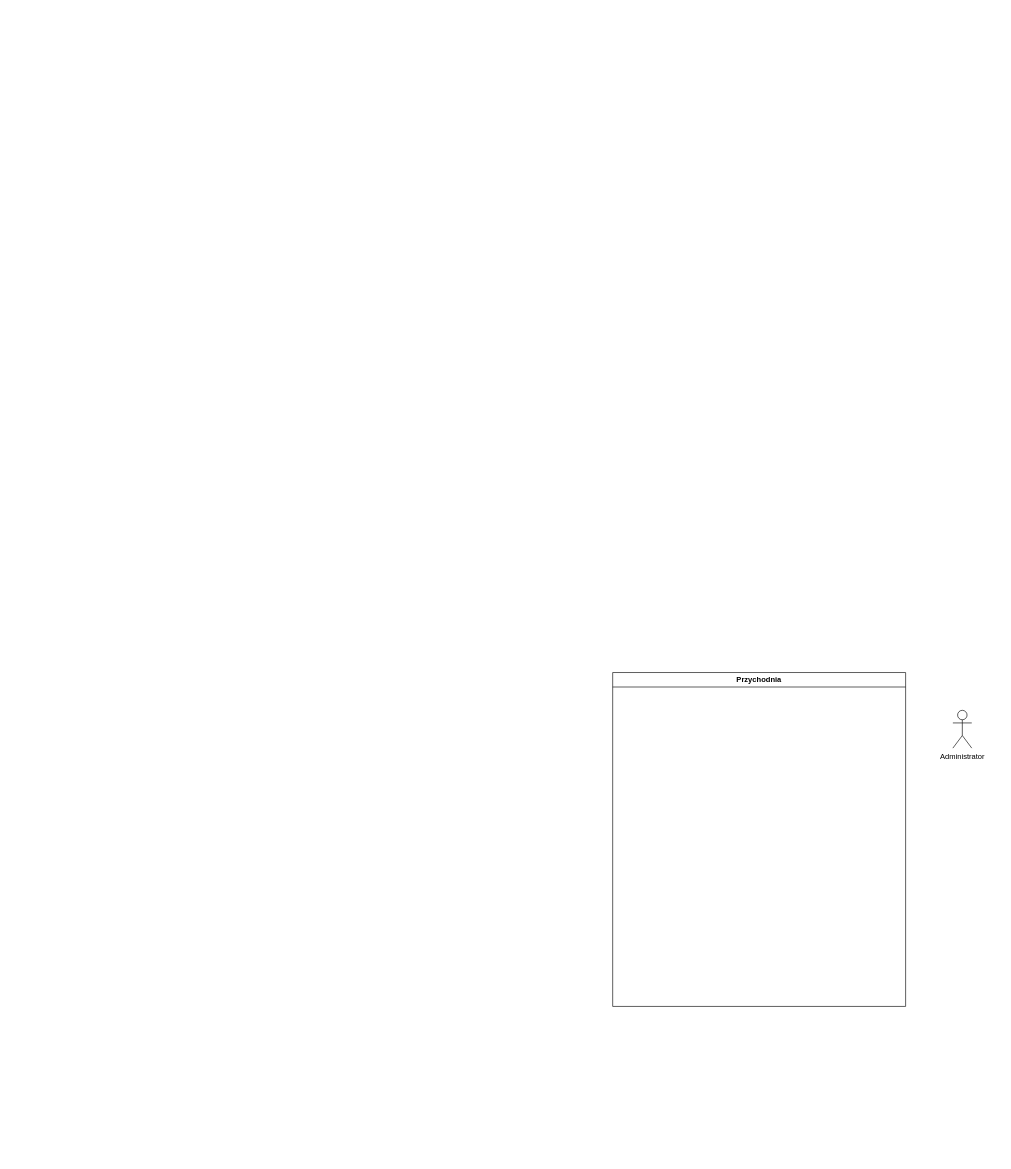
The draw.io diagram Przpdaki użycia.drawio in szynutix-sz/ProjektPrzychodnia, before the edit. Source tidied: cells renumbered, new cells numbered last; positions are measured from the earlier drawing's top-left corner, leaving out a move shared by most shapes. Both pictures are drawn from the tidied source at 63%, with x=0, y=0 at pixel (612, 672).
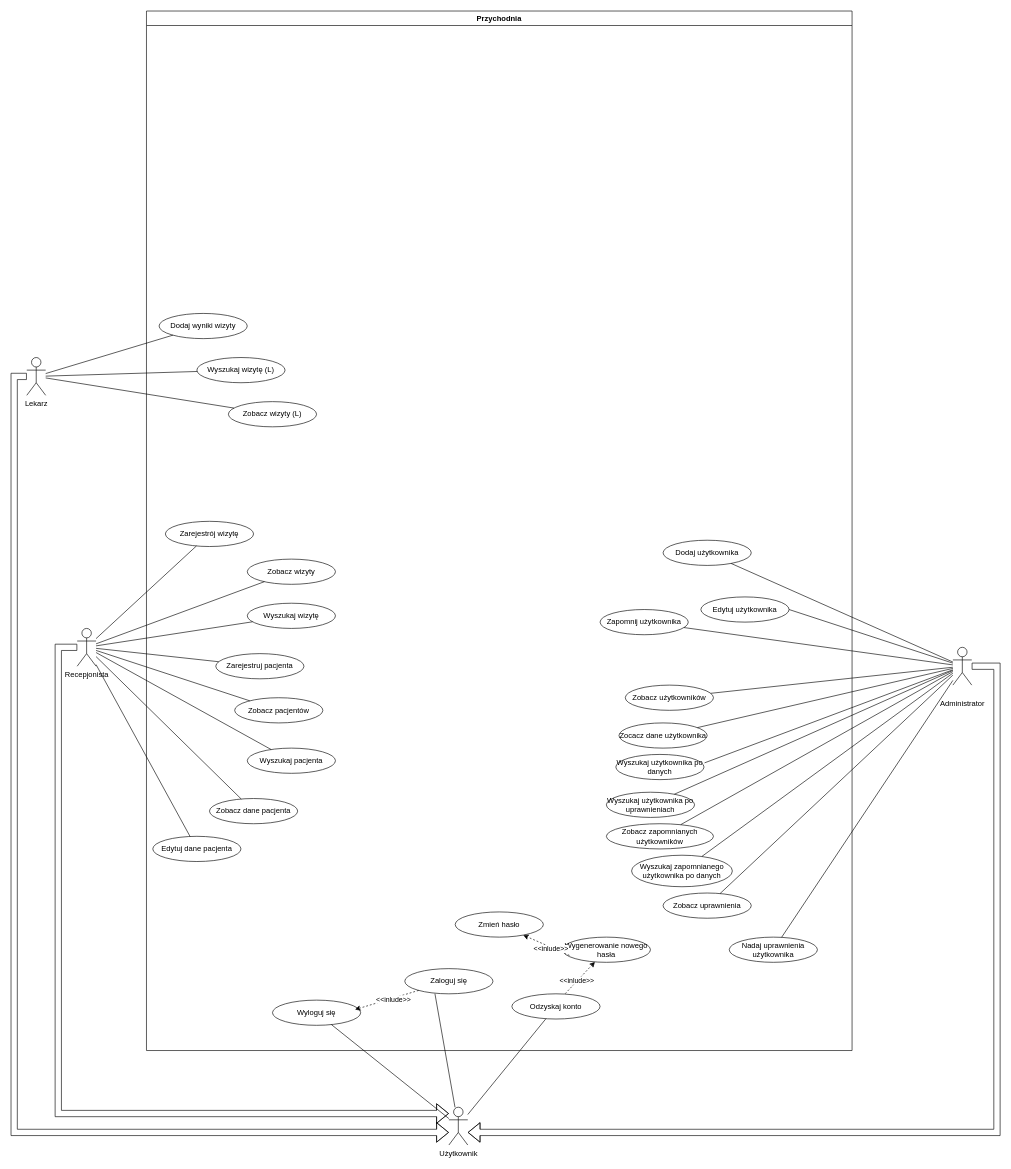
The same diagram, later.

Change to the diagram source:
```diff
@@
     <mxCell id="2" value="Przychodnia" style="swimlane;whiteSpace=wrap;html=1;" parent="1" vertex="1">
-      <mxGeometry width="465" height="530" as="geometry" />
+      <mxGeometry x="-740" y="-1050" width="1120" height="1650" as="geometry" />
     </mxCell>
+    <mxCell id="4" value="Dodaj użytkownika" style="ellipse;whiteSpace=wrap;html=1;" parent="2" vertex="1">
+      <mxGeometry x="820" y="840" width="140" height="40" as="geometry" />
+    </mxCell>
+    <mxCell id="5" value="Edytuj użytkownika" style="ellipse;whiteSpace=wrap;html=1;" parent="2" vertex="1">
+      <mxGeometry x="880" y="930" width="140" height="40" as="geometry" />
+    </mxCell>
+    <mxCell id="6" value="Zapomnij użytkownika" style="ellipse;whiteSpace=wrap;html=1;" parent="2" vertex="1">
+      <mxGeometry x="720" y="950" width="140" height="40" as="geometry" />
+    </mxCell>
+    <mxCell id="7" value="Zobacz użytkowników" style="ellipse;whiteSpace=wrap;html=1;" parent="2" vertex="1">
+      <mxGeometry x="760" y="1070" width="140" height="40" as="geometry" />
+    </mxCell>
+    <mxCell id="8" value="Zobacz zapomnianych użytkowników" style="ellipse;whiteSpace=wrap;html=1;" parent="2" vertex="1">
+      <mxGeometry x="730" y="1290" width="170" height="40" as="geometry" />
+    </mxCell>
+    <mxCell id="9" value="Zobacz uprawnienia" style="ellipse;whiteSpace=wrap;html=1;" parent="2" vertex="1">
+      <mxGeometry x="820" y="1400" width="140" height="40" as="geometry" />
+    </mxCell>
+    <mxCell id="10" value="Wyszukaj użytkownika po danych" style="ellipse;whiteSpace=wrap;html=1;" parent="2" vertex="1">
+      <mxGeometry x="745" y="1180" width="140" height="40" as="geometry" />
+    </mxCell>
+    <mxCell id="11" value="Wyszukaj zapomnianego użytkownika po danych" style="ellipse;whiteSpace=wrap;html=1;" parent="2" vertex="1">
+      <mxGeometry x="770" y="1340" width="160" height="50" as="geometry" />
+    </mxCell>
+    <mxCell id="12" value="Zocacz dane użytkownika" style="ellipse;whiteSpace=wrap;html=1;" parent="2" vertex="1">
+      <mxGeometry x="750" y="1130" width="140" height="40" as="geometry" />
+    </mxCell>
+    <mxCell id="13" value="Nadaj uprawnienia użytkownika" style="ellipse;whiteSpace=wrap;html=1;" parent="2" vertex="1">
+      <mxGeometry x="925" y="1470" width="140" height="40" as="geometry" />
+    </mxCell>
+    <mxCell id="14" value="Wyszukaj użytkownika po uprawnieniach" style="ellipse;whiteSpace=wrap;html=1;" parent="2" vertex="1">
+      <mxGeometry x="730" y="1240" width="140" height="40" as="geometry" />
+    </mxCell>
+    <mxCell id="15" value="Zaloguj się" style="ellipse;whiteSpace=wrap;html=1;" parent="2" vertex="1">
+      <mxGeometry x="410" y="1520" width="140" height="40" as="geometry" />
+    </mxCell>
+    <mxCell id="16" value="Wyloguj się" style="ellipse;whiteSpace=wrap;html=1;" parent="2" vertex="1">
+      <mxGeometry x="200" y="1570" width="140" height="40" as="geometry" />
+    </mxCell>
+    <mxCell id="17" value="Odzyskaj konto" style="ellipse;whiteSpace=wrap;html=1;" parent="2" vertex="1">
+      <mxGeometry x="580" y="1560" width="140" height="40" as="geometry" />
+    </mxCell>
+    <mxCell id="18" value="Wygenerowanie nowego hasła" style="ellipse;whiteSpace=wrap;html=1;" parent="2" vertex="1">
+      <mxGeometry x="660" y="1470" width="140" height="40" as="geometry" />
+    </mxCell>
+    <mxCell id="19" value="Zmień hasło" style="ellipse;whiteSpace=wrap;html=1;" parent="2" vertex="1">
+      <mxGeometry x="490" y="1430" width="140" height="40" as="geometry" />
+    </mxCell>
+    <mxCell id="20" value="Zarejestruj pacjenta" style="ellipse;whiteSpace=wrap;html=1;" parent="2" vertex="1">
+      <mxGeometry x="110" y="1020" width="140" height="40" as="geometry" />
+    </mxCell>
+    <mxCell id="21" value="Zobacz pacjentów" style="ellipse;whiteSpace=wrap;html=1;" parent="2" vertex="1">
+      <mxGeometry x="140" y="1090" width="140" height="40" as="geometry" />
+    </mxCell>
+    <mxCell id="22" value="Wyszukaj pacjenta" style="ellipse;whiteSpace=wrap;html=1;" parent="2" vertex="1">
+      <mxGeometry x="160" y="1170" width="140" height="40" as="geometry" />
+    </mxCell>
+    <mxCell id="23" value="Zobacz dane pacjenta" style="ellipse;whiteSpace=wrap;html=1;" parent="2" vertex="1">
+      <mxGeometry x="100" y="1250" width="140" height="40" as="geometry" />
+    </mxCell>
+    <mxCell id="24" value="Edytuj dane pacjenta" style="ellipse;whiteSpace=wrap;html=1;" parent="2" vertex="1">
+      <mxGeometry x="10" y="1310" width="140" height="40" as="geometry" />
+    </mxCell>
+    <mxCell id="25" value="Zarejestrój wizytę" style="ellipse;whiteSpace=wrap;html=1;" parent="2" vertex="1">
+      <mxGeometry x="30" y="810" width="140" height="40" as="geometry" />
+    </mxCell>
+    <mxCell id="26" value="Zobacz wizyty (L)" style="ellipse;whiteSpace=wrap;html=1;" parent="2" vertex="1">
+      <mxGeometry x="130" y="620" width="140" height="40" as="geometry" />
+    </mxCell>
+    <mxCell id="27" value="Zobacz wizyty" style="ellipse;whiteSpace=wrap;html=1;" parent="2" vertex="1">
+      <mxGeometry x="160" y="870" width="140" height="40" as="geometry" />
+    </mxCell>
+    <mxCell id="28" value="Wyszukaj wizytę (L)" style="ellipse;whiteSpace=wrap;html=1;" parent="2" vertex="1">
+      <mxGeometry x="80" y="550" width="140" height="40" as="geometry" />
+    </mxCell>
+    <mxCell id="29" value="Wyszukaj wizytę" style="ellipse;whiteSpace=wrap;html=1;" parent="2" vertex="1">
+      <mxGeometry x="160" y="940" width="140" height="40" as="geometry" />
+    </mxCell>
+    <mxCell id="30" value="Dodaj wyniki wizyty" style="ellipse;whiteSpace=wrap;html=1;" parent="2" vertex="1">
+      <mxGeometry x="20" y="480" width="140" height="40" as="geometry" />
+    </mxCell>
+    <mxCell id="31" style="endArrow=classic;html=1;rounded=0;exitX=0.604;exitY=-0.004;exitDx=0;exitDy=0;exitPerimeter=0;dashed=1;" parent="2" edge="1" source="17" target="18">
+      <mxGeometry relative="1" as="geometry" />
+    </mxCell>
+    <mxCell id="32" value="&amp;lt;&amp;lt;inlude&amp;gt;&amp;gt;" style="edgeLabel;html=1;align=center;verticalAlign=middle;" parent="31" vertex="1">
+      <mxGeometry x="-0.19" y="2" relative="1" as="geometry" />
+    </mxCell>
+    <mxCell id="33" style="endArrow=classic;html=1;rounded=0;exitX=0.082;exitY=0.726;exitDx=0;exitDy=0;exitPerimeter=0;dashed=1;" parent="2" edge="1" source="18" target="19">
+      <mxGeometry relative="1" as="geometry" />
+    </mxCell>
+    <mxCell id="34" value="&amp;lt;&amp;lt;inlude&amp;gt;&amp;gt;" style="edgeLabel;html=1;align=center;verticalAlign=middle;" parent="33" vertex="1">
+      <mxGeometry x="-0.19" y="2" relative="1" as="geometry" />
+    </mxCell>
+    <mxCell id="35" style="endArrow=classic;html=1;rounded=0;dashed=1;entryX=0.936;entryY=0.375;entryDx=0;entryDy=0;entryPerimeter=0;" parent="2" edge="1" source="15" target="16">
+      <mxGeometry relative="1" as="geometry" />
+    </mxCell>
+    <mxCell id="36" value="&amp;lt;&amp;lt;inlude&amp;gt;&amp;gt;" style="edgeLabel;html=1;align=center;verticalAlign=middle;" parent="35" vertex="1">
+      <mxGeometry x="-0.19" y="2" relative="1" as="geometry" />
+    </mxCell>
+    <mxCell id="37" value="Użytkownik" style="shape=umlActor;verticalLabelPosition=bottom;verticalAlign=top;html=1;outlineConnect=0;" parent="1" vertex="1">
+      <mxGeometry x="-260" y="690" width="30" height="60" as="geometry" />
+    </mxCell>
+    <mxCell id="38" value="Recepjonista" style="shape=umlActor;verticalLabelPosition=bottom;verticalAlign=top;html=1;outlineConnect=0;" parent="1" vertex="1">
+      <mxGeometry x="-850" y="-70" width="30" height="60" as="geometry" />
+    </mxCell>
+    <mxCell id="39" value="Lekarz" style="shape=umlActor;verticalLabelPosition=bottom;verticalAlign=top;html=1;outlineConnect=0;" parent="1" vertex="1">
+      <mxGeometry x="-930" y="-500" width="30" height="60" as="geometry" />
+    </mxCell>
+    <mxCell id="40" style="endArrow=none;html=1;rounded=0;" parent="1" edge="1" source="4" target="3">
+      <mxGeometry relative="1" as="geometry" />
+    </mxCell>
+    <mxCell id="41" style="endArrow=none;html=1;rounded=0;exitX=1;exitY=0.5;exitDx=0;exitDy=0;" parent="1" edge="1" source="5" target="3">
+      <mxGeometry relative="1" as="geometry" />
+    </mxCell>
+    <mxCell id="42" style="endArrow=none;html=1;rounded=0;" parent="1" edge="1" source="6" target="3">
+      <mxGeometry relative="1" as="geometry" />
+    </mxCell>
+    <mxCell id="43" style="endArrow=none;html=1;rounded=0;" parent="1" edge="1" source="7" target="3">
+      <mxGeometry relative="1" as="geometry" />
+    </mxCell>
+    <mxCell id="44" style="endArrow=none;html=1;rounded=0;" parent="1" edge="1" source="12" target="3">
+      <mxGeometry relative="1" as="geometry" />
+    </mxCell>
+    <mxCell id="45" style="endArrow=none;html=1;rounded=0;exitX=1.006;exitY=0.335;exitDx=0;exitDy=0;exitPerimeter=0;" parent="1" edge="1" source="10" target="3">
+      <mxGeometry relative="1" as="geometry" />
+    </mxCell>
+    <mxCell id="46" style="endArrow=none;html=1;rounded=0;" parent="1" edge="1" source="8" target="3">
+      <mxGeometry relative="1" as="geometry" />
+    </mxCell>
+    <mxCell id="47" style="endArrow=none;html=1;rounded=0;" parent="1" edge="1" source="11" target="3">
+      <mxGeometry relative="1" as="geometry" />
+    </mxCell>
+    <mxCell id="48" style="endArrow=none;html=1;rounded=0;" parent="1" edge="1" source="13" target="3">
+      <mxGeometry relative="1" as="geometry" />
+    </mxCell>
+    <mxCell id="49" style="endArrow=none;html=1;rounded=0;" parent="1" edge="1" source="9" target="3">
+      <mxGeometry relative="1" as="geometry" />
+    </mxCell>
+    <mxCell id="50" style="shape=flexArrow;endArrow=classic;html=1;rounded=0;edgeStyle=orthogonalEdgeStyle;" parent="1" edge="1" source="3" target="37">
+      <mxGeometry relative="1" as="geometry">
+        <Array as="points">
+          <mxPoint x="610" y="-10" />
+          <mxPoint x="610" y="730" />
+        </Array>
+      </mxGeometry>
+    </mxCell>
-    <mxCell id="3" value="Administrator" style="shape=umlActor;verticalLabelPosition=bottom;verticalAlign=top;html=1;outlineConnect=0;" parent="1" vertex="1">
-      <mxGeometry x="540" y="60" width="30" height="60" as="geometry" />
+    <mxCell id="3" value="Administrator" style="shape=umlActor;verticalLabelPosition=bottom;verticalAlign=middle;html=1;outlineConnect=0;" parent="1" vertex="1">
+      <mxGeometry x="540" y="-40" width="30" height="60" as="geometry" />
     </mxCell>
+    <mxCell id="51" style="shape=flexArrow;endArrow=classic;html=1;rounded=0;edgeStyle=orthogonalEdgeStyle;" parent="1" edge="1" source="38" target="37">
+      <mxGeometry relative="1" as="geometry">
+        <Array as="points">
+          <mxPoint x="-880" y="-40" />
+          <mxPoint x="-880" y="700" />
+        </Array>
+      </mxGeometry>
+    </mxCell>
+    <mxCell id="52" style="shape=flexArrow;endArrow=classic;html=1;rounded=0;edgeStyle=orthogonalEdgeStyle;" parent="1" edge="1" source="39" target="37">
+      <mxGeometry relative="1" as="geometry">
+        <Array as="points">
+          <mxPoint x="-950" y="-470" />
+          <mxPoint x="-950" y="730" />
+        </Array>
+      </mxGeometry>
+    </mxCell>
+    <mxCell id="53" style="endArrow=none;html=1;rounded=0;" parent="1" edge="1" source="39" target="30">
+      <mxGeometry relative="1" as="geometry" />
+    </mxCell>
+    <mxCell id="54" style="endArrow=none;html=1;rounded=0;" parent="1" edge="1" source="39" target="28">
+      <mxGeometry relative="1" as="geometry" />
+    </mxCell>
+    <mxCell id="55" style="endArrow=none;html=1;rounded=0;" parent="1" edge="1" source="39" target="26">
+      <mxGeometry relative="1" as="geometry" />
+    </mxCell>
+    <mxCell id="56" style="endArrow=none;html=1;rounded=0;" parent="1" edge="1" source="38" target="25">
+      <mxGeometry relative="1" as="geometry" />
+    </mxCell>
+    <mxCell id="57" style="endArrow=none;html=1;rounded=0;" parent="1" edge="1" source="38" target="27">
+      <mxGeometry relative="1" as="geometry" />
+    </mxCell>
+    <mxCell id="58" style="endArrow=none;html=1;rounded=0;" parent="1" edge="1" source="38" target="29">
+      <mxGeometry relative="1" as="geometry" />
+    </mxCell>
+    <mxCell id="59" style="endArrow=none;html=1;rounded=0;" parent="1" edge="1" source="38" target="20">
+      <mxGeometry relative="1" as="geometry" />
+    </mxCell>
+    <mxCell id="60" style="endArrow=none;html=1;rounded=0;" parent="1" edge="1" source="38" target="21">
+      <mxGeometry relative="1" as="geometry" />
+    </mxCell>
+    <mxCell id="61" style="endArrow=none;html=1;rounded=0;" parent="1" edge="1" source="38" target="22">
+      <mxGeometry relative="1" as="geometry" />
+    </mxCell>
+    <mxCell id="62" style="endArrow=none;html=1;rounded=0;" parent="1" edge="1" source="38" target="23">
+      <mxGeometry relative="1" as="geometry" />
+    </mxCell>
+    <mxCell id="63" style="endArrow=none;html=1;rounded=0;" parent="1" edge="1" source="38" target="24">
+      <mxGeometry relative="1" as="geometry" />
+    </mxCell>
+    <mxCell id="64" style="endArrow=none;html=1;rounded=0;" parent="1" edge="1" source="37" target="16">
+      <mxGeometry relative="1" as="geometry" />
+    </mxCell>
+    <mxCell id="65" style="endArrow=none;html=1;rounded=0;entryX=0.342;entryY=0.996;entryDx=0;entryDy=0;entryPerimeter=0;" parent="1" edge="1" source="37" target="15">
+      <mxGeometry relative="1" as="geometry" />
+    </mxCell>
+    <mxCell id="66" style="endArrow=none;html=1;rounded=0;" parent="1" edge="1" source="37" target="17">
+      <mxGeometry relative="1" as="geometry" />
+    </mxCell>
+    <mxCell id="67" style="endArrow=none;html=1;rounded=0;" parent="1" edge="1" source="14" target="3">
+      <mxGeometry relative="1" as="geometry" />
+    </mxCell>
```
